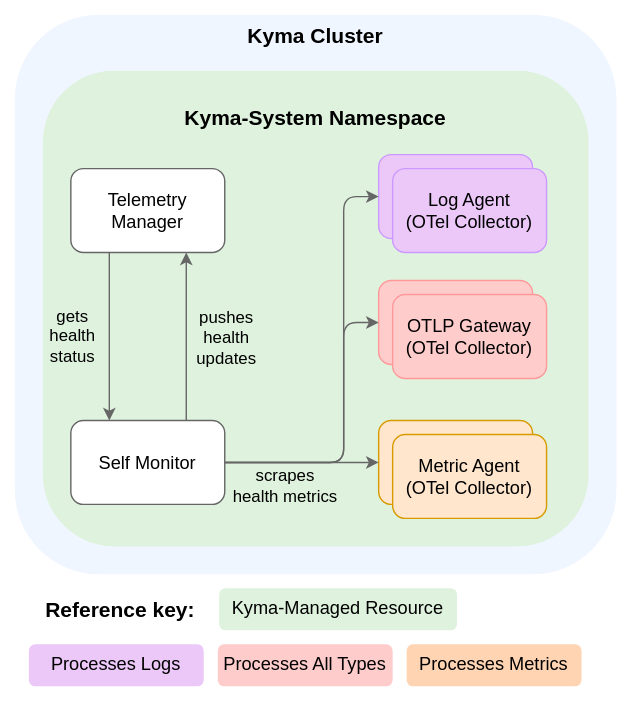
The draw.io diagram docs/user/assets/manager-arch.drawio.svg in kyma-project/telemetry-manager, before a commit. Source tidied: cells renumbered, new cells last; positions are measured from the earlier drawing's top-left corner, leaving out a move shared by most shapes.
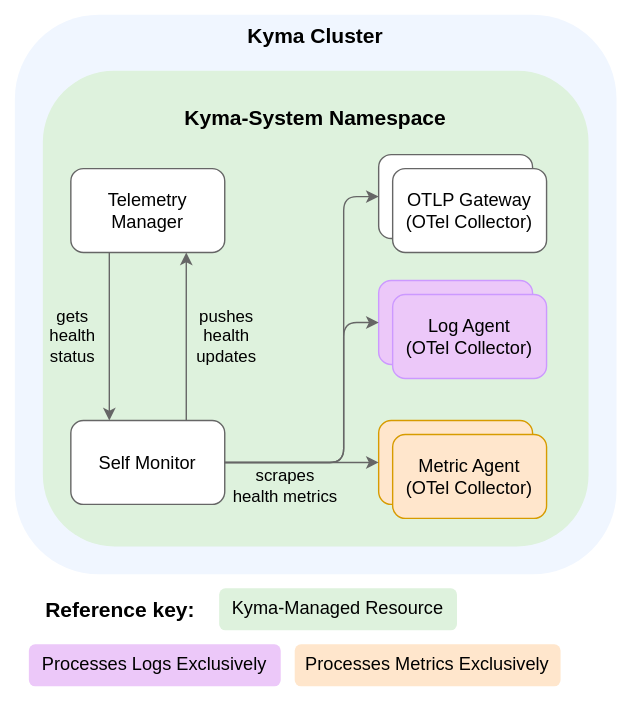
The same diagram one commit later.

Commit message:
docs: adjust diagrams according to new OTLP Gateway architecture (#3423)

Change to the diagram source:
```diff
@@ -15,12 +15,12 @@
       <mxGeometry x="50" y="120" width="110" height="60" as="geometry" />
     </mxCell>
     <mxCell id="6" value="Log Agent&lt;br&gt;(Fluent Bit)" style="rounded=1;whiteSpace=wrap;html=1;fillColor=#ecc8f9;strokeColor=#CC99FF;fontColor=#000000;" parent="1" vertex="1">
-      <mxGeometry x="270" y="110" width="110" height="60" as="geometry" />
+      <mxGeometry x="270" y="200" width="110" height="60" as="geometry" />
     </mxCell>
-    <mxCell id="7" value="Trace Gateway&lt;br&gt;(Otel Collector)" style="rounded=1;whiteSpace=wrap;html=1;fillColor=#FFCCCC;strokeColor=#FF9999;fontColor=#000000;" parent="1" vertex="1">
-      <mxGeometry x="270" y="200" width="110" height="60" as="geometry" />
+    <mxCell id="7" value="Trace Gateway&lt;br&gt;(Otel Collector)" style="rounded=1;whiteSpace=wrap;html=1;fillColor=#FFFFFF;strokeColor=#666666;fontColor=#000000;" parent="1" vertex="1">
+      <mxGeometry x="270" y="110" width="110" height="60" as="geometry" />
     </mxCell>
-    <mxCell id="8" value="Metric Gateway/Agent&lt;br&gt;(Otel Collector)" style="rounded=1;whiteSpace=wrap;html=1;fillColor=#ffe6cc;strokeColor=#d79b00;" parent="1" vertex="1">
+    <mxCell id="8" value="Metric Gateway/Agent&lt;br&gt;(Otel Collector)" style="rounded=1;whiteSpace=wrap;html=1;fillColor=#FFE6CC;strokeColor=#d79b00;" parent="1" vertex="1">
       <mxGeometry x="270" y="300" width="110" height="60" as="geometry" />
     </mxCell>
     <mxCell id="9" value="Self Monitor" style="rounded=1;whiteSpace=wrap;html=1;fontColor=#000000;fillColor=#FFFFFF;strokeColor=#666666;fontSize=13;" parent="1" vertex="1">
@@ -43,7 +43,7 @@
       <mxGeometry relative="1" as="geometry">
         <Array as="points">
           <mxPoint x="245" y="330" />
-          <mxPoint x="245" y="230" />
+          <mxPoint x="245" y="140" />
         </Array>
       </mxGeometry>
     </mxCell>
@@ -51,7 +51,7 @@
       <mxGeometry relative="1" as="geometry">
         <Array as="points">
           <mxPoint x="245" y="330" />
-          <mxPoint x="245" y="140" />
+          <mxPoint x="245" y="230" />
         </Array>
       </mxGeometry>
     </mxCell>
@@ -66,23 +66,20 @@
     <mxCell id="16" value="&lt;font style=&quot;font-size: 15px;&quot;&gt;&lt;b&gt;Reference key:&lt;/b&gt;&lt;/font&gt;" style="text;html=1;align=center;verticalAlign=middle;strokeColor=none;fillColor=#FFFFFF;fontColor=#000000;" parent="1" vertex="1">
       <mxGeometry x="20" y="420" width="130" height="30" as="geometry" />
     </mxCell>
-    <mxCell id="17" value="OTLP Gateway&lt;br style=&quot;font-size: 13px;&quot;&gt;(OTel Collector)" style="rounded=1;whiteSpace=wrap;html=1;fillColor=#FFCCCC;strokeColor=#FF9999;fontColor=#000000;fontSize=13;" parent="1" vertex="1">
-      <mxGeometry x="280" y="210" width="110" height="60" as="geometry" />
+    <mxCell id="17" value="OTLP Gateway&lt;br style=&quot;font-size: 13px;&quot;&gt;(OTel Collector)" style="rounded=1;whiteSpace=wrap;html=1;fillColor=#FFFFFF;strokeColor=#666666;fontColor=#000000;fontSize=13;" parent="1" vertex="1">
+      <mxGeometry x="280" y="120" width="110" height="60" as="geometry" />
     </mxCell>
     <mxCell id="18" value="Log Agent&lt;br style=&quot;font-size: 13px;&quot;&gt;(OTel Collector)" style="rounded=1;whiteSpace=wrap;html=1;fillColor=#ecc8f9;strokeColor=#CC99FF;fontColor=#000000;fontSize=13;" parent="1" vertex="1">
-      <mxGeometry x="280" y="120" width="110" height="60" as="geometry" />
+      <mxGeometry x="280" y="210" width="110" height="60" as="geometry" />
     </mxCell>
-    <mxCell id="19" value="Metric Agent&lt;br style=&quot;font-size: 13px;&quot;&gt;(OTel Collector)" style="rounded=1;whiteSpace=wrap;html=1;fillColor=#ffe6cc;strokeColor=#d79b00;fontSize=13;" parent="1" vertex="1">
+    <mxCell id="19" value="Metric Agent&lt;br style=&quot;font-size: 13px;&quot;&gt;(OTel Collector)" style="rounded=1;whiteSpace=wrap;html=1;fillColor=#FFE6CC;strokeColor=#d79b00;fontSize=13;" parent="1" vertex="1">
       <mxGeometry x="280" y="310" width="110" height="60" as="geometry" />
     </mxCell>
-    <mxCell id="20" value="&lt;span style=&quot;color: rgb(0, 0, 0); font-family: Helvetica; font-size: 13px; font-style: normal; font-variant-ligatures: normal; font-variant-caps: normal; font-weight: 400; letter-spacing: normal; orphans: 2; text-indent: 0px; text-transform: none; widows: 2; word-spacing: 0px; -webkit-text-stroke-width: 0px; text-decoration-thickness: initial; text-decoration-style: initial; text-decoration-color: initial; float: none; display: inline !important;&quot;&gt;Processes Logs&lt;/span&gt;" style="text;whiteSpace=wrap;html=1;strokeColor=none;rounded=1;fillColor=#ecc8f9;align=center;" parent="1" vertex="1">
-      <mxGeometry x="20" y="460" width="125" height="30" as="geometry" />
+    <mxCell id="20" value="&lt;span style=&quot;color: rgb(0, 0, 0); font-family: Helvetica; font-size: 13px; font-style: normal; font-variant-ligatures: normal; font-variant-caps: normal; font-weight: 400; letter-spacing: normal; orphans: 2; text-indent: 0px; text-transform: none; widows: 2; word-spacing: 0px; -webkit-text-stroke-width: 0px; text-decoration-thickness: initial; text-decoration-style: initial; text-decoration-color: initial; float: none; display: inline !important;&quot;&gt;Processes Logs Exclusively&lt;/span&gt;" style="text;whiteSpace=wrap;html=1;strokeColor=none;rounded=1;fillColor=#ecc8f9;align=center;" parent="1" vertex="1">
+      <mxGeometry x="20" y="460" width="180" height="30" as="geometry" />
     </mxCell>
-    <mxCell id="21" value="&lt;span style=&quot;color: rgb(0, 0, 0); font-family: Helvetica; font-size: 13px; font-style: normal; font-variant-ligatures: normal; font-variant-caps: normal; font-weight: 400; letter-spacing: normal; orphans: 2; text-indent: 0px; text-transform: none; widows: 2; word-spacing: 0px; -webkit-text-stroke-width: 0px; text-decoration-thickness: initial; text-decoration-style: initial; text-decoration-color: initial; float: none; display: inline !important;&quot;&gt;Processes All Types&lt;/span&gt;" style="text;whiteSpace=wrap;html=1;strokeColor=none;rounded=1;fillColor=#FFCCCC;align=center;" parent="1" vertex="1">
-      <mxGeometry x="155" y="460" width="125" height="30" as="geometry" />
-    </mxCell>
-    <mxCell id="22" value="&lt;span style=&quot;color: rgb(0, 0, 0); font-family: Helvetica; font-size: 13px; font-style: normal; font-variant-ligatures: normal; font-variant-caps: normal; font-weight: 400; letter-spacing: normal; orphans: 2; text-indent: 0px; text-transform: none; widows: 2; word-spacing: 0px; -webkit-text-stroke-width: 0px; text-decoration-thickness: initial; text-decoration-style: initial; text-decoration-color: initial; float: none; display: inline !important;&quot;&gt;Processes Metrics&lt;/span&gt;" style="text;whiteSpace=wrap;html=1;strokeColor=none;rounded=1;fillColor=#ffd4b3;align=center;" parent="1" vertex="1">
-      <mxGeometry x="290" y="460" width="125" height="30" as="geometry" />
+    <mxCell id="22" value="&lt;span style=&quot;color: rgb(0, 0, 0); font-family: Helvetica; font-size: 13px; font-style: normal; font-variant-ligatures: normal; font-variant-caps: normal; font-weight: 400; letter-spacing: normal; orphans: 2; text-indent: 0px; text-transform: none; widows: 2; word-spacing: 0px; -webkit-text-stroke-width: 0px; text-decoration-thickness: initial; text-decoration-style: initial; text-decoration-color: initial; float: none; display: inline !important;&quot;&gt;Processes Metrics Exclusively&lt;/span&gt;" style="text;whiteSpace=wrap;html=1;strokeColor=none;rounded=1;fillColor=#FFE6CC;align=center;" parent="1" vertex="1">
+      <mxGeometry x="210" y="460" width="190" height="30" as="geometry" />
     </mxCell>
     <mxCell id="23" value="&lt;span style=&quot;color: rgb(0, 0, 0); font-family: Helvetica; font-size: 13px; font-style: normal; font-variant-ligatures: normal; font-variant-caps: normal; font-weight: 400; letter-spacing: normal; orphans: 2; text-indent: 0px; text-transform: none; widows: 2; word-spacing: 0px; -webkit-text-stroke-width: 0px; text-decoration-thickness: initial; text-decoration-style: initial; text-decoration-color: initial; float: none; display: inline !important;&quot;&gt;Kyma-Managed Resource&lt;/span&gt;" style="text;whiteSpace=wrap;html=1;strokeColor=none;rounded=1;fillColor=#def2dd;align=center;" parent="1" vertex="1">
       <mxGeometry x="156" y="420" width="170" height="30" as="geometry" />
```
